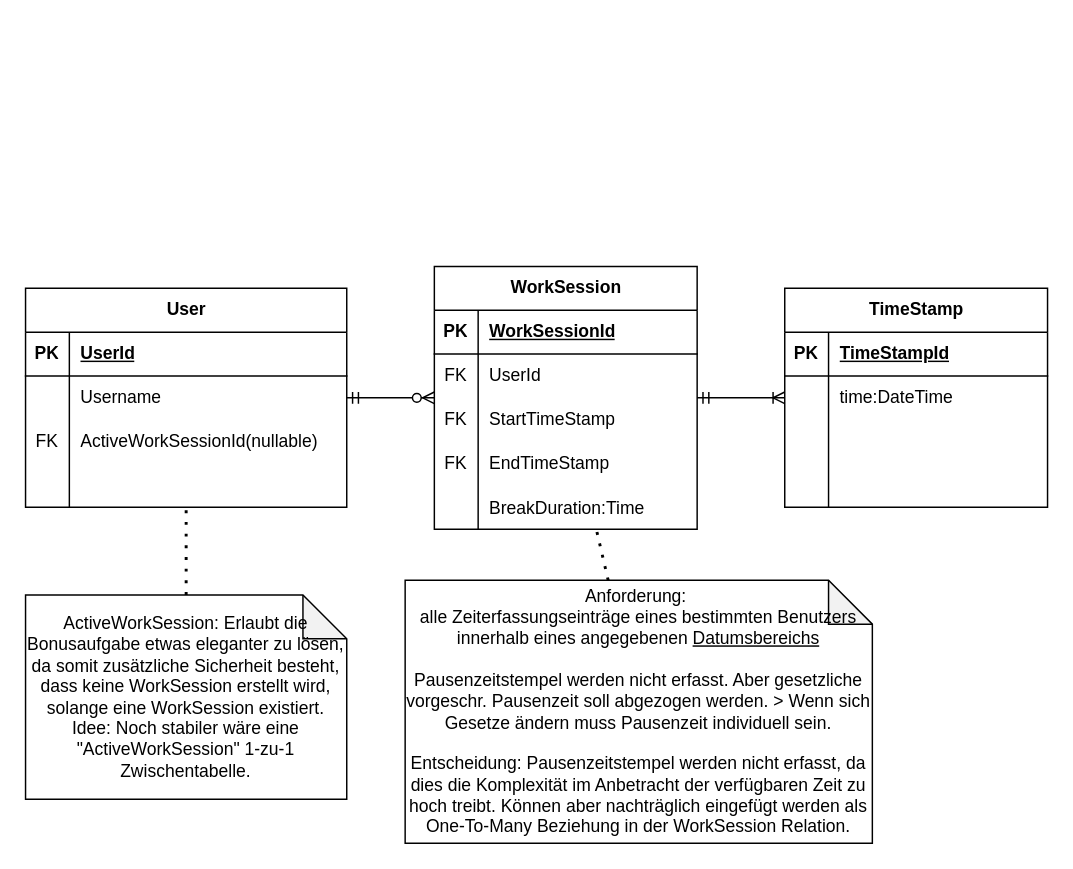
Earlier version of the draw.io diagram timetracker/docu/timetracker-datamodell.drawio (Harriss1/stempeluhr). Source tidied: cells renumbered, new cells numbered last; positions are measured from the earlier drawing's top-left corner, leaving out a move shared by most shapes. Both pictures are drawn from the tidied source at 146%, with x=0, y=0 at pixel (25, 266).
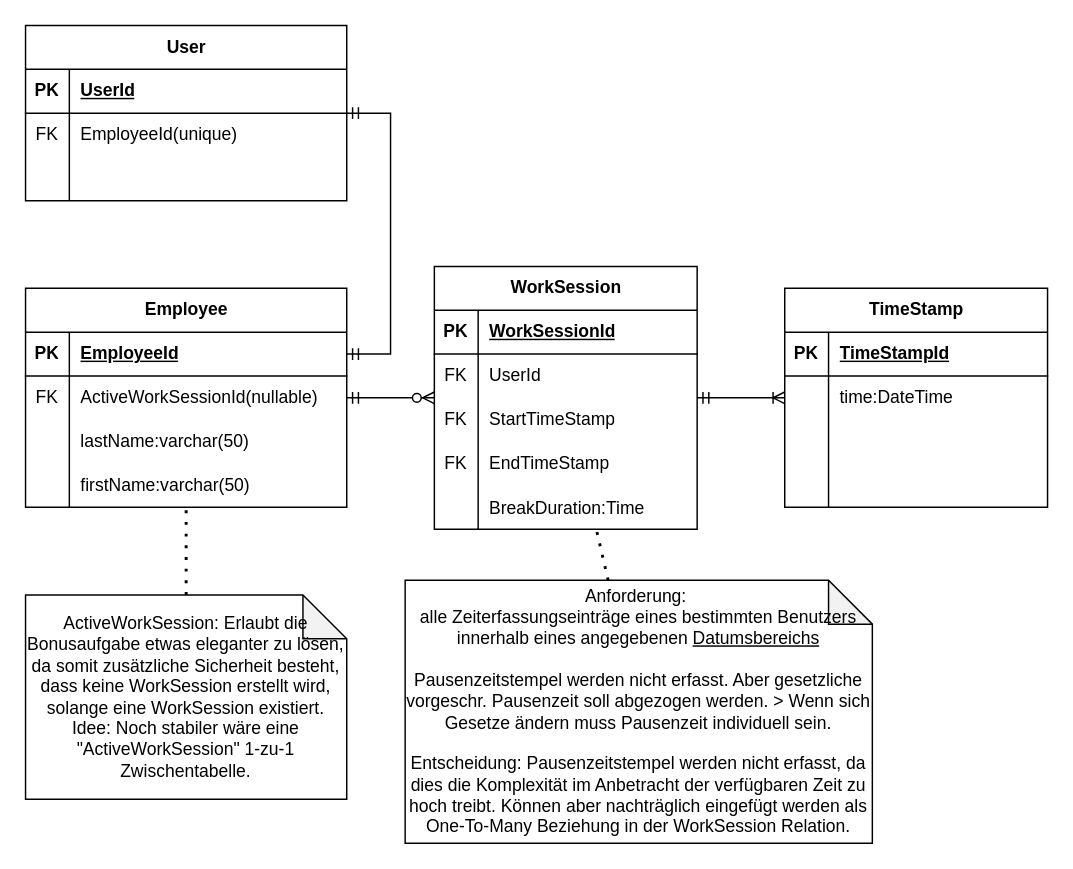
After the change.

Commit message (it also covers changes not shown here):
Fehlenden Mitarbeiter in ERD hinzugefügt

Unchanged cells that the change refers to:
```xml
<mxCell id="3" style="shape=tableRow;horizontal=0;startSize=0;swimlaneHead=0;swimlaneBody=0;fillColor=none;points=[[0,0.5],[1,0.5]];portConstraint=eastwest;top=0;left=0;right=0;bottom=1;" parent="2" vertex="1">
  <mxGeometry y="30" width="220" height="30" as="geometry" />
</mxCell>
<mxCell id="12" style="shape=tableRow;horizontal=0;startSize=0;swimlaneHead=0;swimlaneBody=0;fillColor=none;top=0;left=0;right=0;bottom=0;" parent="2" vertex="1">
  <mxGeometry y="120" width="220" height="30" as="geometry" />
</mxCell>
```

Diff of the diagram source:
```diff
@@
-    <mxCell id="2" value="User" style="shape=table;startSize=30;childLayout=tableLayout;rowLines=0;fontStyle=1;align=center;html=1;" parent="1" vertex="1">
+    <mxCell id="2" value="Employee" style="shape=table;startSize=30;childLayout=tableLayout;rowLines=0;fontStyle=1;align=center;html=1;" parent="1" vertex="1">
       <mxGeometry y="15" width="220" height="150" as="geometry" />
     </mxCell>
@@
-    <mxCell id="5" value="UserId" style="shape=partialRectangle;fillColor=none;top=0;left=0;bottom=0;right=0;align=left;spacingLeft=6;fontStyle=5;overflow=hidden;whiteSpace=wrap;html=1;" parent="3" vertex="1">
+    <mxCell id="5" value="EmployeeId" style="shape=partialRectangle;fillColor=none;top=0;left=0;bottom=0;right=0;align=left;spacingLeft=6;fontStyle=5;overflow=hidden;whiteSpace=wrap;html=1;" parent="3" vertex="1">
       <mxGeometry x="30" width="190" height="30" as="geometry" />
     </mxCell>
+    <mxCell id="9" style="shape=tableRow;horizontal=0;startSize=0;swimlaneHead=0;swimlaneBody=0;fillColor=none;top=0;left=0;right=0;bottom=0;" parent="2" vertex="1">
+      <mxGeometry y="60" width="220" height="30" as="geometry" />
+    </mxCell>
+    <mxCell id="10" value="FK" style="shape=partialRectangle;fillColor=none;top=0;left=0;bottom=0;right=0;overflow=hidden;whiteSpace=wrap;html=1;" parent="9" vertex="1">
+      <mxGeometry width="30" height="30" as="geometry" />
+    </mxCell>
+    <mxCell id="11" value="ActiveWorkSessionId(nullable)" style="shape=partialRectangle;fillColor=none;top=0;left=0;bottom=0;right=0;align=left;spacingLeft=6;overflow=hidden;whiteSpace=wrap;html=1;" parent="9" vertex="1">
+      <mxGeometry x="30" width="190" height="30" as="geometry" />
+    </mxCell>
     <mxCell id="6" style="shape=tableRow;horizontal=0;startSize=0;swimlaneHead=0;swimlaneBody=0;fillColor=none;top=0;left=0;right=0;bottom=0;" parent="2" vertex="1">
-      <mxGeometry y="60" width="220" height="30" as="geometry" />
+      <mxGeometry y="90" width="220" height="30" as="geometry" />
     </mxCell>
@@
-    <mxCell id="8" value="Username" style="shape=partialRectangle;fillColor=none;top=0;left=0;bottom=0;right=0;align=left;spacingLeft=6;overflow=hidden;whiteSpace=wrap;html=1;" parent="6" vertex="1">
+    <mxCell id="8" value="lastName:varchar(50)" style="shape=partialRectangle;fillColor=none;top=0;left=0;bottom=0;right=0;align=left;spacingLeft=6;overflow=hidden;whiteSpace=wrap;html=1;" parent="6" vertex="1">
       <mxGeometry x="30" width="190" height="30" as="geometry" />
     </mxCell>
-    <mxCell id="9" style="shape=tableRow;horizontal=0;startSize=0;swimlaneHead=0;swimlaneBody=0;fillColor=none;top=0;left=0;right=0;bottom=0;" parent="2" vertex="1">
-      <mxGeometry y="90" width="220" height="30" as="geometry" />
-    </mxCell>
-    <mxCell id="10" value="FK" style="shape=partialRectangle;fillColor=none;top=0;left=0;bottom=0;right=0;overflow=hidden;whiteSpace=wrap;html=1;" parent="9" vertex="1">
-      <mxGeometry width="30" height="30" as="geometry" />
-    </mxCell>
-    <mxCell id="11" value="ActiveWorkSessionId(nullable)" style="shape=partialRectangle;fillColor=none;top=0;left=0;bottom=0;right=0;align=left;spacingLeft=6;overflow=hidden;whiteSpace=wrap;html=1;" parent="9" vertex="1">
-      <mxGeometry x="30" width="190" height="30" as="geometry" />
-    </mxCell>
@@
-    <mxCell id="14" style="shape=partialRectangle;fillColor=none;top=0;left=0;bottom=0;right=0;align=left;spacingLeft=6;overflow=hidden;whiteSpace=wrap;html=1;" parent="12" vertex="1">
+    <mxCell id="14" value="firstName:varchar(50)" style="shape=partialRectangle;fillColor=none;top=0;left=0;bottom=0;right=0;align=left;spacingLeft=6;overflow=hidden;whiteSpace=wrap;html=1;" parent="12" vertex="1">
       <mxGeometry x="30" width="190" height="30" as="geometry" />
     </mxCell>
@@
+    <mxCell id="50" value="User" style="shape=table;startSize=30;childLayout=tableLayout;rowLines=0;fontStyle=1;align=center;html=1;" parent="1" vertex="1">
+      <mxGeometry y="-165" width="220" height="120" as="geometry" />
+    </mxCell>
+    <mxCell id="51" style="shape=tableRow;horizontal=0;startSize=0;swimlaneHead=0;swimlaneBody=0;fillColor=none;top=0;left=0;right=0;bottom=1;" parent="50" vertex="1">
+      <mxGeometry y="30" width="220" height="30" as="geometry" />
+    </mxCell>
+    <mxCell id="52" value="PK" style="shape=partialRectangle;fillColor=none;top=0;left=0;bottom=0;right=0;fontStyle=1;overflow=hidden;whiteSpace=wrap;html=1;" parent="51" vertex="1">
+      <mxGeometry width="30" height="30" as="geometry" />
+    </mxCell>
+    <mxCell id="53" value="UserId" style="shape=partialRectangle;fillColor=none;top=0;left=0;bottom=0;right=0;align=left;spacingLeft=6;fontStyle=5;overflow=hidden;whiteSpace=wrap;html=1;" parent="51" vertex="1">
+      <mxGeometry x="30" width="190" height="30" as="geometry" />
+    </mxCell>
+    <mxCell id="54" style="shape=tableRow;horizontal=0;startSize=0;swimlaneHead=0;swimlaneBody=0;fillColor=none;top=0;left=0;right=0;bottom=0;" parent="50" vertex="1">
+      <mxGeometry y="60" width="220" height="30" as="geometry" />
+    </mxCell>
+    <mxCell id="55" value="FK" style="shape=partialRectangle;fillColor=none;top=0;left=0;bottom=0;right=0;overflow=hidden;whiteSpace=wrap;html=1;" parent="54" vertex="1">
+      <mxGeometry width="30" height="30" as="geometry" />
+    </mxCell>
+    <mxCell id="56" value="EmployeeId(unique)" style="shape=partialRectangle;fillColor=none;top=0;left=0;bottom=0;right=0;align=left;spacingLeft=6;overflow=hidden;whiteSpace=wrap;html=1;" parent="54" vertex="1">
+      <mxGeometry x="30" width="190" height="30" as="geometry" />
+    </mxCell>
+    <mxCell id="57" style="shape=tableRow;horizontal=0;startSize=0;swimlaneHead=0;swimlaneBody=0;fillColor=none;top=0;left=0;right=0;bottom=0;" parent="50" vertex="1">
+      <mxGeometry y="90" width="220" height="30" as="geometry" />
+    </mxCell>
+    <mxCell id="58" style="shape=partialRectangle;fillColor=none;top=0;left=0;bottom=0;right=0;overflow=hidden;whiteSpace=wrap;html=1;" parent="57" vertex="1">
+      <mxGeometry width="30" height="30" as="geometry" />
+    </mxCell>
+    <mxCell id="59" style="shape=partialRectangle;fillColor=none;top=0;left=0;bottom=0;right=0;align=left;spacingLeft=6;overflow=hidden;whiteSpace=wrap;html=1;" parent="57" vertex="1">
+      <mxGeometry x="30" width="190" height="30" as="geometry" />
+    </mxCell>
+    <mxCell id="60" style="edgeStyle=entityRelationEdgeStyle;fontSize=12;html=1;endArrow=ERmandOne;startArrow=ERmandOne;rounded=0;exitX=1;exitY=0.5;exitDx=0;exitDy=0;" parent="1" edge="1" source="3" target="50">
+      <mxGeometry relative="1" as="geometry" />
+    </mxCell>
```
